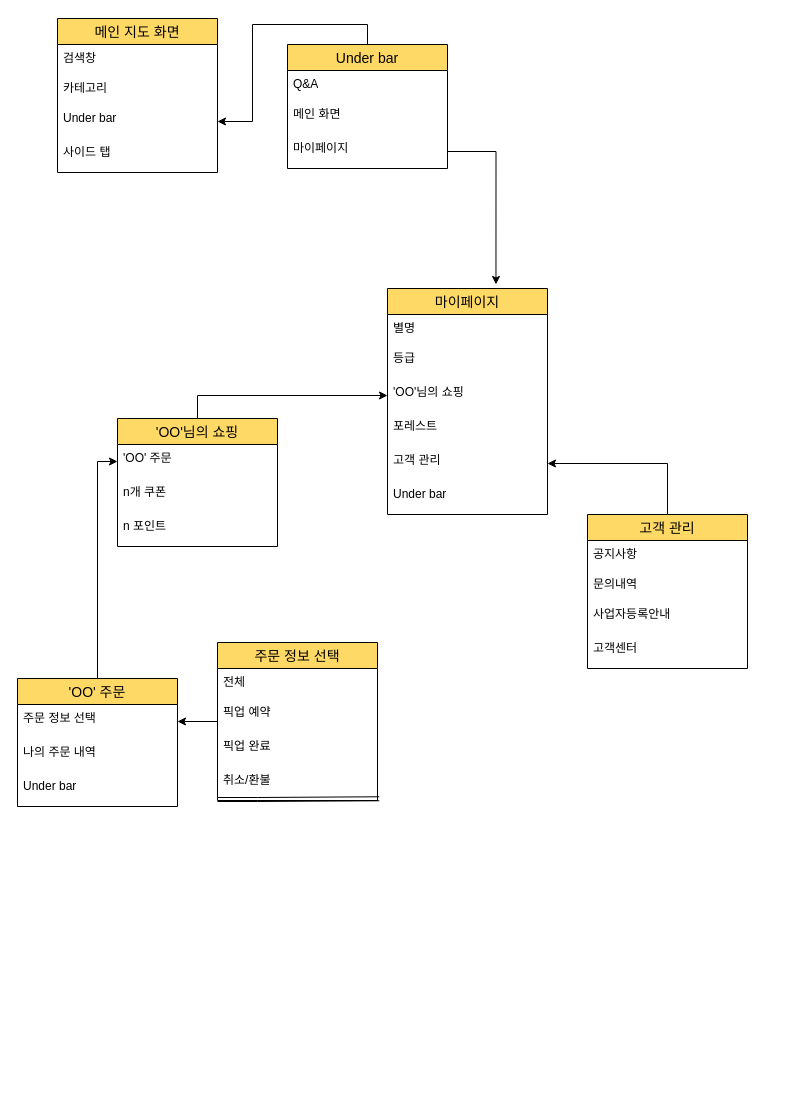
The draw.io diagram 제목 없는 다이어그램.drawio in wkddbals/SWProject, before the edit. Source tidied: cells renumbered, new cells numbered last; positions are measured from the earlier drawing's top-left corner, leaving out a move shared by most shapes. Both pictures are drawn from the tidied source at 100%, with x=0, y=0 at pixel (17, 18).
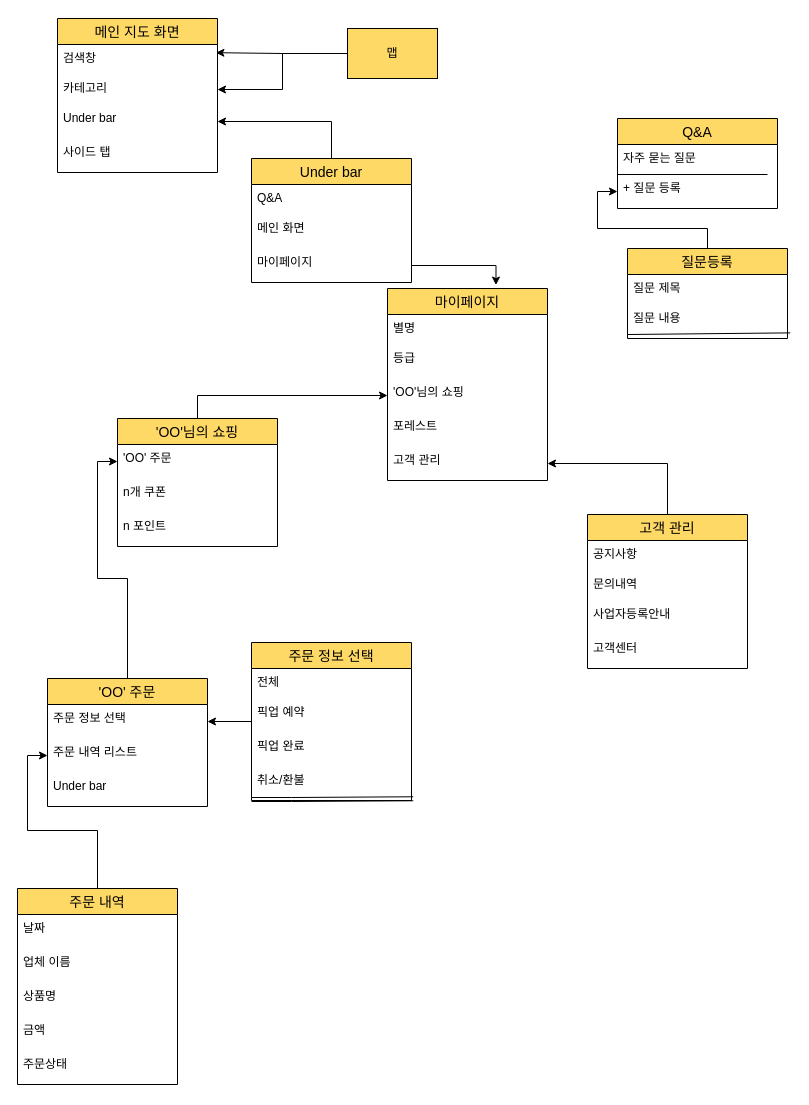
Above is the later version.

Commit message (it also covers changes not shown here):
제목 없는 다이어그램.drawio 업데이트

Unchanged cells that the change refers to:
```xml
<mxCell id="3" value="검색창" style="text;strokeColor=none;fillColor=none;spacingLeft=4;spacingRight=4;overflow=hidden;points=[[0,0.5],[1,0.5]];portConstraint=eastwest;fontSize=12;whiteSpace=wrap;html=1;" parent="2" vertex="1">
  <mxGeometry y="26" width="160" height="30" as="geometry" />
</mxCell>
<mxCell id="4" value="카테고리" style="text;strokeColor=none;fillColor=none;spacingLeft=4;spacingRight=4;overflow=hidden;points=[[0,0.5],[1,0.5]];portConstraint=eastwest;fontSize=12;whiteSpace=wrap;html=1;" parent="2" vertex="1">
  <mxGeometry y="56" width="160" height="30" as="geometry" />
</mxCell>
```

Change to the diagram source:
```diff
@@
     <mxCell id="7" value="마이페이지" style="swimlane;fontStyle=0;horizontal=1;startSize=26;align=center;fontSize=14;fillColor=#FFD966;" parent="1" vertex="1">
-      <mxGeometry x="370" y="270" width="160" height="226" as="geometry" />
+      <mxGeometry x="370" y="270" width="160" height="192" as="geometry" />
     </mxCell>
@@
-    <mxCell id="13" value="Under bar" style="text;strokeColor=none;fillColor=none;spacingLeft=4;spacingRight=4;overflow=hidden;fontSize=12;whiteSpace=wrap;html=1;" parent="7" vertex="1">
-      <mxGeometry y="192" width="160" height="34" as="geometry" />
-    </mxCell>
@@
     <mxCell id="26" value="Under bar" style="swimlane;fontStyle=0;horizontal=1;startSize=26;align=center;fontSize=14;fillColor=#FFD966;" parent="1" vertex="1">
-      <mxGeometry x="270" y="26" width="160" height="124" as="geometry" />
+      <mxGeometry x="234" y="140" width="160" height="124" as="geometry" />
     </mxCell>
@@
     <mxCell id="32" value="주문 정보 선택" style="swimlane;fontStyle=0;horizontal=1;startSize=26;align=center;fontSize=14;fillColor=#FFD966;" parent="1" vertex="1">
-      <mxGeometry x="200" y="624" width="160" height="158" as="geometry" />
+      <mxGeometry x="234" y="624" width="160" height="158" as="geometry" />
     </mxCell>
@@
     <mxCell id="39" value="'OO' 주문" style="swimlane;fontStyle=0;horizontal=1;startSize=26;align=center;fontSize=14;fillColor=#FFD966;" parent="1" vertex="1">
-      <mxGeometry y="660" width="160" height="128" as="geometry" />
+      <mxGeometry x="30" y="660" width="160" height="128" as="geometry" />
     </mxCell>
@@
-    <mxCell id="41" value="나의 주문 내역" style="text;strokeColor=none;fillColor=none;spacingLeft=4;spacingRight=4;overflow=hidden;points=[[0,0.5],[1,0.5]];portConstraint=eastwest;fontSize=12;whiteSpace=wrap;html=1;" parent="39" vertex="1">
+    <mxCell id="41" value="주문 내역 리스트" style="text;strokeColor=none;fillColor=none;spacingLeft=4;spacingRight=4;overflow=hidden;points=[[0,0.5],[1,0.5]];portConstraint=eastwest;fontSize=12;whiteSpace=wrap;html=1;" parent="39" vertex="1">
       <mxGeometry y="60" width="160" height="34" as="geometry" />
     </mxCell>
@@
+    <mxCell id="43" style="edgeStyle=orthogonalEdgeStyle;rounded=0;jettySize=auto;html=1;entryX=0.99;entryY=0.273;entryDx=0;entryDy=0;entryPerimeter=0;" parent="1" edge="1" source="45" target="3">
+      <mxGeometry relative="1" as="geometry" />
+    </mxCell>
+    <mxCell id="44" style="edgeStyle=orthogonalEdgeStyle;rounded=0;jettySize=auto;html=1;entryX=1;entryY=0.5;entryDx=0;entryDy=0;" parent="1" edge="1" source="45" target="4">
+      <mxGeometry relative="1" as="geometry" />
+    </mxCell>
+    <mxCell id="45" value="맵" style="rounded=0;whiteSpace=wrap;html=1;fillColor=#FFD966;" parent="1" vertex="1">
+      <mxGeometry x="330" y="10" width="90" height="50" as="geometry" />
+    </mxCell>
+    <mxCell id="46" style="edgeStyle=orthogonalEdgeStyle;rounded=0;jettySize=auto;html=1;entryX=0;entryY=0.5;entryDx=0;entryDy=0;" parent="1" edge="1" source="47" target="41">
+      <mxGeometry relative="1" as="geometry" />
+    </mxCell>
+    <mxCell id="47" value="주문 내역" style="swimlane;fontStyle=0;horizontal=1;startSize=26;align=center;fontSize=14;fillColor=#FFD966;" parent="1" vertex="1">
+      <mxGeometry y="870" width="160" height="196" as="geometry" />
+    </mxCell>
+    <mxCell id="48" value="날짜" style="text;strokeColor=none;fillColor=none;spacingLeft=4;spacingRight=4;overflow=hidden;fontSize=12;whiteSpace=wrap;html=1;" parent="47" vertex="1">
+      <mxGeometry y="26" width="160" height="34" as="geometry" />
+    </mxCell>
+    <mxCell id="49" value="업체 이름" style="text;strokeColor=none;fillColor=none;spacingLeft=4;spacingRight=4;overflow=hidden;fontSize=12;whiteSpace=wrap;html=1;" parent="47" vertex="1">
+      <mxGeometry y="60" width="160" height="34" as="geometry" />
+    </mxCell>
+    <mxCell id="50" value="상품명" style="text;strokeColor=none;fillColor=none;spacingLeft=4;spacingRight=4;overflow=hidden;fontSize=12;whiteSpace=wrap;html=1;" parent="47" vertex="1">
+      <mxGeometry y="94" width="160" height="34" as="geometry" />
+    </mxCell>
+    <mxCell id="51" value="금액" style="text;strokeColor=none;fillColor=none;spacingLeft=4;spacingRight=4;overflow=hidden;fontSize=12;whiteSpace=wrap;html=1;" parent="47" vertex="1">
+      <mxGeometry y="128" width="160" height="34" as="geometry" />
+    </mxCell>
+    <mxCell id="52" value="주문상태" style="text;strokeColor=none;fillColor=none;spacingLeft=4;spacingRight=4;overflow=hidden;fontSize=12;whiteSpace=wrap;html=1;" parent="47" vertex="1">
+      <mxGeometry y="162" width="160" height="34" as="geometry" />
+    </mxCell>
+    <mxCell id="53" value="Q&amp;A" style="swimlane;fontStyle=0;horizontal=1;startSize=26;align=center;fontSize=14;fillColor=#FFD966;" parent="1" vertex="1">
+      <mxGeometry x="600" y="100" width="160" height="90" as="geometry" />
+    </mxCell>
+    <mxCell id="54" value="자주 묻는 질문" style="text;strokeColor=none;fillColor=none;spacingLeft=4;spacingRight=4;overflow=hidden;fontSize=12;whiteSpace=wrap;html=1;" parent="53" vertex="1">
+      <mxGeometry y="26" width="160" height="30" as="geometry" />
+    </mxCell>
+    <mxCell id="55" style="endArrow=none;html=1;rounded=0;" parent="53" edge="1">
+      <mxGeometry relative="1" as="geometry">
+        <mxPoint y="56" as="sourcePoint" />
+        <mxPoint x="150" y="56" as="targetPoint" />
+      </mxGeometry>
+    </mxCell>
+    <mxCell id="56" value="+ 질문 등록" style="text;strokeColor=none;fillColor=none;spacingLeft=4;spacingRight=4;overflow=hidden;points=[[0,0.5],[1,0.5]];portConstraint=eastwest;fontSize=12;whiteSpace=wrap;html=1;" parent="53" vertex="1">
+      <mxGeometry y="56" width="160" height="34" as="geometry" />
+    </mxCell>
+    <mxCell id="57" style="edgeStyle=orthogonalEdgeStyle;rounded=0;jettySize=auto;html=1;entryX=0;entryY=0.5;entryDx=0;entryDy=0;" parent="1" edge="1" source="58" target="56">
+      <mxGeometry relative="1" as="geometry" />
+    </mxCell>
+    <mxCell id="58" value="질문등록" style="swimlane;fontStyle=0;horizontal=1;startSize=26;align=center;fontSize=14;fillColor=#FFD966;" parent="1" vertex="1">
+      <mxGeometry x="610" y="230" width="160" height="90" as="geometry" />
+    </mxCell>
+    <mxCell id="59" value="질문 제목" style="text;strokeColor=none;fillColor=none;spacingLeft=4;spacingRight=4;overflow=hidden;fontSize=12;whiteSpace=wrap;html=1;" parent="58" vertex="1">
+      <mxGeometry y="26" width="160" height="30" as="geometry" />
+    </mxCell>
+    <mxCell id="60" style="endArrow=none;html=1;rounded=0;entryX=1.017;entryY=0.835;entryDx=0;entryDy=0;entryPerimeter=0;" parent="58" edge="1" target="61">
+      <mxGeometry relative="1" as="geometry">
+        <mxPoint y="86" as="sourcePoint" />
+      </mxGeometry>
+    </mxCell>
+    <mxCell id="61" value="질문 내용" style="text;strokeColor=none;fillColor=none;spacingLeft=4;spacingRight=4;overflow=hidden;points=[[0,0.5],[1,0.5]];portConstraint=eastwest;fontSize=12;whiteSpace=wrap;html=1;" parent="58" vertex="1">
+      <mxGeometry y="56" width="160" height="34" as="geometry" />
+    </mxCell>
```
